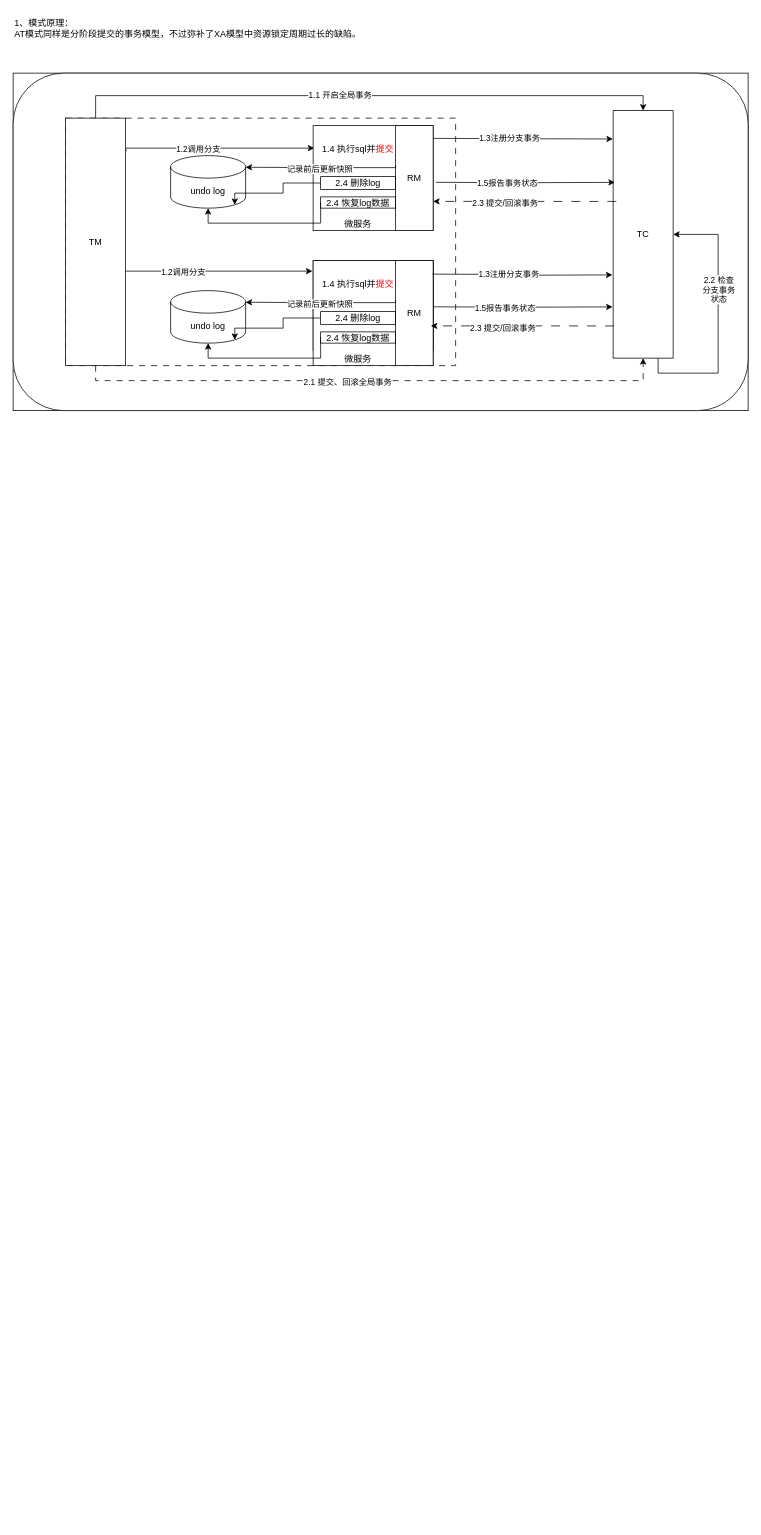
The draw.io diagram page "AT模式" (5 of 5) of 分布式事务.drawio in EngineKing/draw, before the edit. Source tidied: cells renumbered, new cells numbered last; positions are measured from the earlier drawing's top-left corner, leaving out a move shared by most shapes. Both pictures are drawn from the tidied source at 75%, with x=0, y=0 at pixel (13, 13).
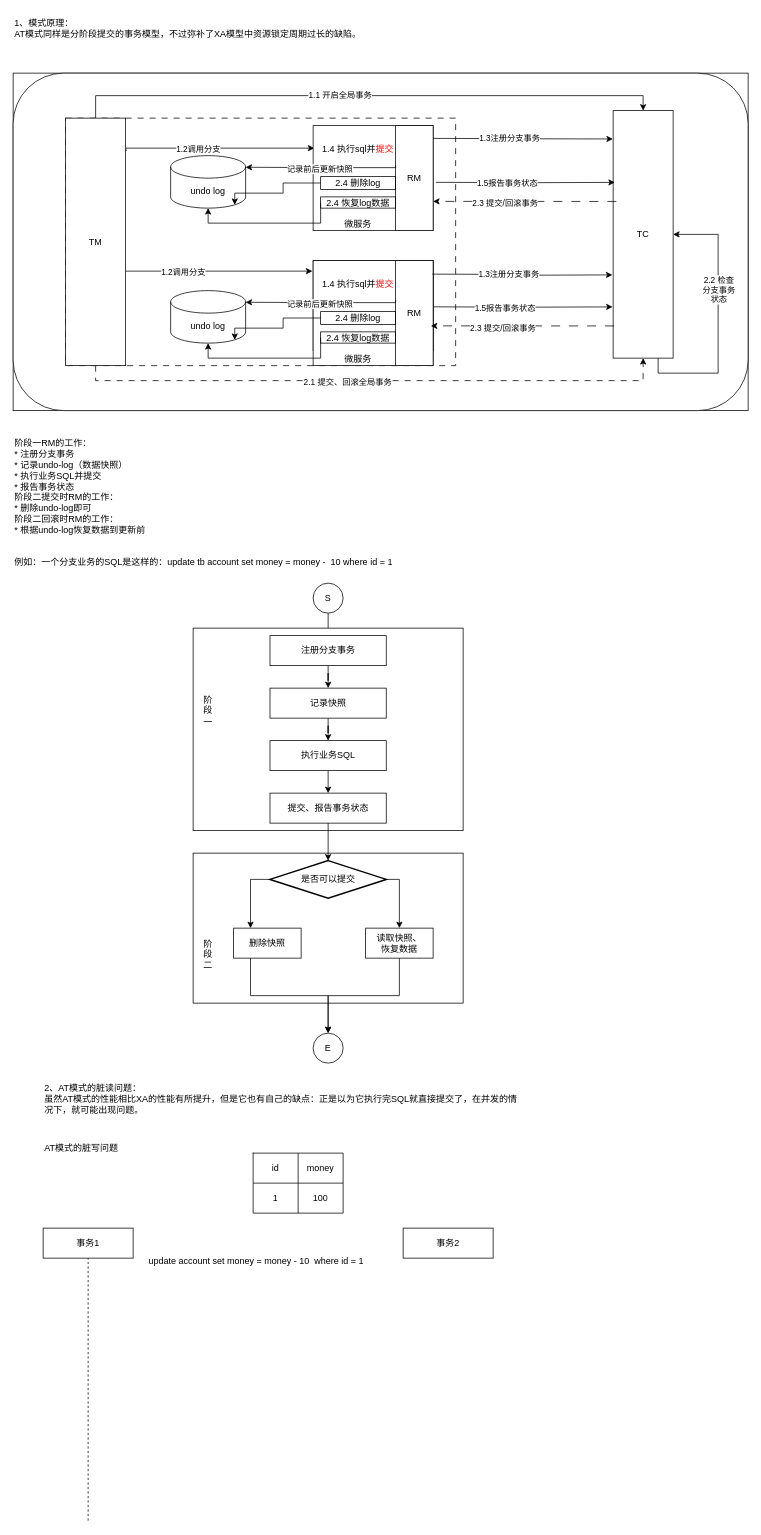
The same page after the edit.

Commit message (it also covers changes not shown here):
更新分布式事务.drawio

The edit, as a diff of the source:
```diff
@@
+    <mxCell id="58" value="&lt;div&gt;阶段一RM的工作：&lt;/div&gt;&lt;div&gt;* 注册分支事务&lt;/div&gt;&lt;div&gt;* 记录undo-log（数据快照）&lt;/div&gt;&lt;div&gt;* 执行业务SQL并提交&lt;/div&gt;&lt;div&gt;* 报告事务状态&lt;/div&gt;&lt;div&gt;阶段二提交时RM的工作：&lt;/div&gt;&lt;div&gt;* 删除undo-log即可&lt;/div&gt;&lt;div&gt;阶段二回滚时RM的工作：&lt;/div&gt;&lt;div&gt;* 根据undo-log恢复数据到更新前&lt;/div&gt;&lt;div&gt;&lt;br&gt;&lt;/div&gt;&lt;div&gt;&lt;br&gt;&lt;/div&gt;&lt;div&gt;例如：一个分支业务的SQL是这样的：update tb account set money = money -&amp;nbsp; 10 where id = 1&lt;/div&gt;" style="text;html=1;align=left;verticalAlign=top;whiteSpace=wrap;rounded=0;" parent="1" vertex="1">
+      <mxGeometry y="560" width="640" height="180" as="geometry" />
+    </mxCell>
+    <mxCell id="59" style="edgeStyle=orthogonalEdgeStyle;rounded=0;jettySize=auto;html=1;exitX=0.5;exitY=1;exitDx=0;exitDy=0;entryX=0.5;entryY=0;entryDx=0;entryDy=0;" parent="1" edge="1" source="61" target="63">
+      <mxGeometry relative="1" as="geometry" />
+    </mxCell>
+    <mxCell id="60" style="rounded=0;whiteSpace=wrap;html=1;" parent="1" vertex="1">
+      <mxGeometry x="240" y="820" width="360" height="270" as="geometry" />
+    </mxCell>
+    <mxCell id="61" value="S" style="ellipse;whiteSpace=wrap;html=1;" parent="1" vertex="1">
+      <mxGeometry x="400" y="760" width="40" height="40" as="geometry" />
+    </mxCell>
+    <mxCell id="62" style="edgeStyle=orthogonalEdgeStyle;rounded=0;jettySize=auto;html=1;exitX=0.5;exitY=1;exitDx=0;exitDy=0;" parent="1" edge="1" source="63" target="65">
+      <mxGeometry relative="1" as="geometry" />
+    </mxCell>
+    <mxCell id="63" value="注册分支事务" style="rounded=0;whiteSpace=wrap;html=1;" parent="1" vertex="1">
+      <mxGeometry x="342.5" y="830" width="155" height="40" as="geometry" />
+    </mxCell>
+    <mxCell id="64" style="edgeStyle=orthogonalEdgeStyle;rounded=0;jettySize=auto;html=1;exitX=0.5;exitY=1;exitDx=0;exitDy=0;" parent="1" edge="1" source="65" target="67">
+      <mxGeometry relative="1" as="geometry" />
+    </mxCell>
+    <mxCell id="65" value="记录快照" style="rounded=0;whiteSpace=wrap;html=1;" parent="1" vertex="1">
+      <mxGeometry x="342.5" y="900" width="155" height="40" as="geometry" />
+    </mxCell>
+    <mxCell id="66" style="edgeStyle=orthogonalEdgeStyle;rounded=0;jettySize=auto;html=1;exitX=0.5;exitY=1;exitDx=0;exitDy=0;entryX=0.5;entryY=0;entryDx=0;entryDy=0;" parent="1" edge="1" source="67" target="68">
+      <mxGeometry relative="1" as="geometry" />
+    </mxCell>
+    <mxCell id="67" value="执行业务SQL" style="rounded=0;whiteSpace=wrap;html=1;" parent="1" vertex="1">
+      <mxGeometry x="342.5" y="970" width="155" height="40" as="geometry" />
+    </mxCell>
+    <mxCell id="68" value="提交、报告事务状态" style="rounded=0;whiteSpace=wrap;html=1;" parent="1" vertex="1">
+      <mxGeometry x="342.5" y="1040" width="155" height="40" as="geometry" />
+    </mxCell>
+    <mxCell id="69" value="阶&lt;div&gt;段&lt;/div&gt;&lt;div&gt;一&lt;/div&gt;" style="text;html=1;align=center;verticalAlign=middle;whiteSpace=wrap;rounded=0;" parent="1" vertex="1">
+      <mxGeometry x="240" y="880" width="40" height="100" as="geometry" />
+    </mxCell>
+    <mxCell id="70" style="rounded=0;whiteSpace=wrap;html=1;" parent="1" vertex="1">
+      <mxGeometry x="240" y="1120" width="360" height="200" as="geometry" />
+    </mxCell>
+    <mxCell id="71" value="阶&lt;div&gt;段&lt;/div&gt;&lt;div&gt;二&lt;/div&gt;" style="text;html=1;align=center;verticalAlign=middle;whiteSpace=wrap;rounded=0;" parent="1" vertex="1">
+      <mxGeometry x="240" y="1205" width="40" height="100" as="geometry" />
+    </mxCell>
+    <mxCell id="72" style="edgeStyle=orthogonalEdgeStyle;rounded=0;jettySize=auto;html=1;exitX=1;exitY=0.5;exitDx=0;exitDy=0;exitPerimeter=0;" parent="1" edge="1" source="74" target="79">
+      <mxGeometry relative="1" as="geometry">
+        <Array as="points">
+          <mxPoint x="515" y="1155" />
+        </Array>
+      </mxGeometry>
+    </mxCell>
+    <mxCell id="73" style="edgeStyle=orthogonalEdgeStyle;rounded=0;jettySize=auto;html=1;exitX=0;exitY=0.5;exitDx=0;exitDy=0;exitPerimeter=0;entryX=0.25;entryY=0;entryDx=0;entryDy=0;" parent="1" edge="1" source="74" target="77">
+      <mxGeometry relative="1" as="geometry" />
+    </mxCell>
+    <mxCell id="74" value="是否可以提交" style="strokeWidth=2;html=1;shape=mxgraph.flowchart.decision;whiteSpace=wrap;" parent="1" vertex="1">
+      <mxGeometry x="342.5" y="1130" width="155" height="50" as="geometry" />
+    </mxCell>
+    <mxCell id="75" style="edgeStyle=orthogonalEdgeStyle;rounded=0;jettySize=auto;html=1;exitX=0.5;exitY=1;exitDx=0;exitDy=0;entryX=0.5;entryY=0;entryDx=0;entryDy=0;entryPerimeter=0;" parent="1" edge="1" source="68" target="74">
+      <mxGeometry relative="1" as="geometry" />
+    </mxCell>
+    <mxCell id="76" style="edgeStyle=orthogonalEdgeStyle;rounded=0;jettySize=auto;html=1;exitX=0.25;exitY=1;exitDx=0;exitDy=0;entryX=0.5;entryY=0;entryDx=0;entryDy=0;" parent="1" edge="1" source="77" target="80">
+      <mxGeometry relative="1" as="geometry" />
+    </mxCell>
+    <mxCell id="77" value="删除快照" style="rounded=0;whiteSpace=wrap;html=1;" parent="1" vertex="1">
+      <mxGeometry x="294" y="1220" width="90" height="40" as="geometry" />
+    </mxCell>
+    <mxCell id="78" style="edgeStyle=orthogonalEdgeStyle;rounded=0;jettySize=auto;html=1;exitX=0.5;exitY=1;exitDx=0;exitDy=0;entryX=0.5;entryY=0;entryDx=0;entryDy=0;" parent="1" edge="1" source="79" target="80">
+      <mxGeometry relative="1" as="geometry" />
+    </mxCell>
+    <mxCell id="79" value="读取快照、&lt;br&gt;恢复数据" style="rounded=0;whiteSpace=wrap;html=1;" parent="1" vertex="1">
+      <mxGeometry x="470" y="1220" width="90" height="40" as="geometry" />
+    </mxCell>
+    <mxCell id="80" value="E" style="ellipse;whiteSpace=wrap;html=1;" parent="1" vertex="1">
+      <mxGeometry x="400" y="1360" width="40" height="40" as="geometry" />
+    </mxCell>
+    <mxCell id="81" value="&lt;div&gt;2、AT模式的脏读问题：&lt;/div&gt;&lt;div&gt;虽然AT模式的性能相比XA的性能有所提升，但是它也有自己的缺点：正是以为它执行完SQL就直接提交了，在并发的情况下，就可能出现问题。&lt;/div&gt;&lt;div&gt;&lt;br&gt;&lt;/div&gt;" style="text;html=1;align=left;verticalAlign=top;whiteSpace=wrap;rounded=0;" parent="1" vertex="1">
+      <mxGeometry x="40" y="1420" width="640" height="60" as="geometry" />
+    </mxCell>
+    <mxCell id="82" value="&lt;div&gt;AT模式的脏写问题&lt;/div&gt;&lt;div&gt;&lt;br&gt;&lt;/div&gt;" style="text;html=1;align=left;verticalAlign=top;whiteSpace=wrap;rounded=0;" parent="1" vertex="1">
+      <mxGeometry x="40" y="1500" width="630" height="70" as="geometry" />
+    </mxCell>
+    <mxCell id="83" style="shape=table;startSize=0;childLayout=tableLayout;" parent="1" vertex="1">
+      <mxGeometry x="320" y="1520" width="120" height="80" as="geometry" />
+    </mxCell>
+    <mxCell id="84" style="shape=tableRow;horizontal=0;startSize=0;swimlaneHead=0;swimlaneBody=0;strokeColor=inherit;top=0;left=0;bottom=0;right=0;fillColor=none;" parent="83" vertex="1">
+      <mxGeometry width="120" height="40" as="geometry" />
+    </mxCell>
+    <mxCell id="85" value="id" style="shape=partialRectangle;html=1;whiteSpace=wrap;strokeColor=inherit;overflow=hidden;fillColor=none;top=0;left=0;bottom=0;right=0;" parent="84" vertex="1">
+      <mxGeometry width="60" height="40" as="geometry" />
+    </mxCell>
+    <mxCell id="86" value="money" style="shape=partialRectangle;html=1;whiteSpace=wrap;strokeColor=inherit;overflow=hidden;fillColor=none;top=0;left=0;bottom=0;right=0;" parent="84" vertex="1">
+      <mxGeometry x="60" width="60" height="40" as="geometry" />
+    </mxCell>
+    <mxCell id="87" style="shape=tableRow;horizontal=0;startSize=0;swimlaneHead=0;swimlaneBody=0;strokeColor=inherit;top=0;left=0;bottom=0;right=0;fillColor=none;" parent="83" vertex="1">
+      <mxGeometry y="40" width="120" height="40" as="geometry" />
+    </mxCell>
+    <mxCell id="88" value="1" style="shape=partialRectangle;html=1;whiteSpace=wrap;strokeColor=inherit;overflow=hidden;fillColor=none;top=0;left=0;bottom=0;right=0;" parent="87" vertex="1">
+      <mxGeometry width="60" height="40" as="geometry" />
+    </mxCell>
+    <mxCell id="89" value="100" style="shape=partialRectangle;html=1;whiteSpace=wrap;strokeColor=inherit;overflow=hidden;fillColor=none;top=0;left=0;bottom=0;right=0;" parent="87" vertex="1">
+      <mxGeometry x="60" width="60" height="40" as="geometry" />
+    </mxCell>
+    <mxCell id="90" value="事务1" style="rounded=0;whiteSpace=wrap;html=1;" parent="1" vertex="1">
+      <mxGeometry x="40" y="1620" width="120" height="40" as="geometry" />
+    </mxCell>
+    <mxCell id="91" value="事务2" style="rounded=0;whiteSpace=wrap;html=1;" parent="1" vertex="1">
+      <mxGeometry x="520" y="1620" width="120" height="40" as="geometry" />
+    </mxCell>
+    <mxCell id="92" value="&lt;div&gt;update account set money = money - 10&amp;nbsp; where id = 1&lt;/div&gt;&lt;div&gt;&lt;br&gt;&lt;/div&gt;" style="text;html=1;align=left;verticalAlign=top;whiteSpace=wrap;rounded=0;" parent="1" vertex="1">
+      <mxGeometry x="179" y="1650" width="320" height="30" as="geometry" />
+    </mxCell>
+    <mxCell id="93" style="endArrow=none;dashed=1;html=1;rounded=0;entryX=0.5;entryY=1;entryDx=0;entryDy=0;" parent="1" edge="1" target="90">
+      <mxGeometry relative="1" as="geometry">
+        <mxPoint x="100" y="2010" as="sourcePoint" />
+      </mxGeometry>
+    </mxCell>
```
